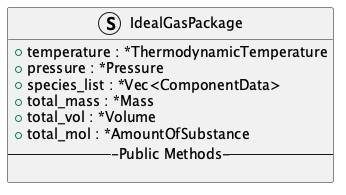
Before: thermo-module/thermo-packages/ideal_gas_package_class_design.png, a diagram exported from PlantUML (OSCPS-Project/OSCPS-UML).
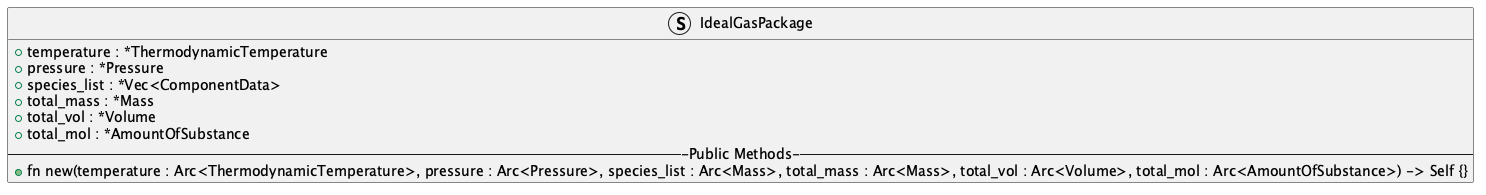
The same diagram one commit later.

Commit message:
updating the thermo-modules class diagram

The edit, as a diff of the source:
```diff
@@ -9,7 +9,7 @@
   + total_vol : *Volume
   + total_mol : *AmountOfSubstance
   ---Public Methods---
-
+  + fn new(temperature : Arc<ThermodynamicTemperature>, pressure : Arc<Pressure>, species_list : Arc<Mass>, total_mass : Arc<Mass>, total_vol : Arc<Volume>, total_mol : Arc<AmountOfSubstance>) -> Self {}
 }
 
 
```
